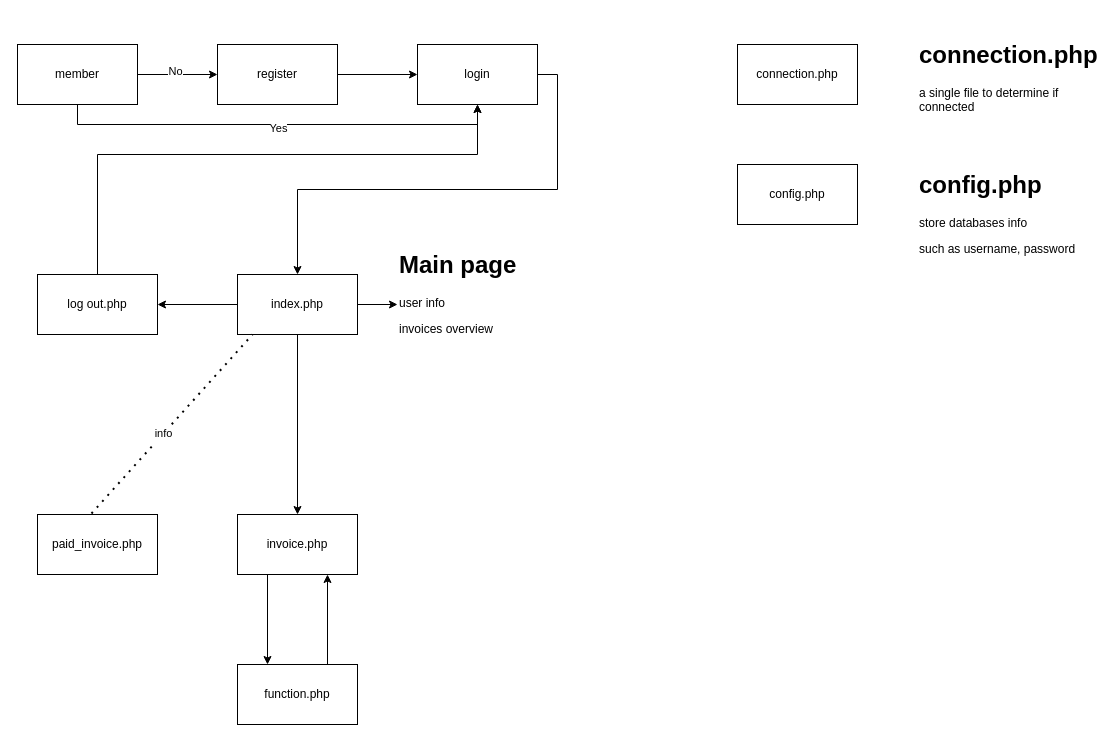
The draw.io diagram php.drawio in WilsonCruzz/system-design, before the edit. Source tidied: cells renumbered, new cells numbered last; positions are measured from the earlier drawing's top-left corner, leaving out a move shared by most shapes. Both pictures are drawn from the tidied source at 100%, with x=0, y=0 at pixel (17, 34).
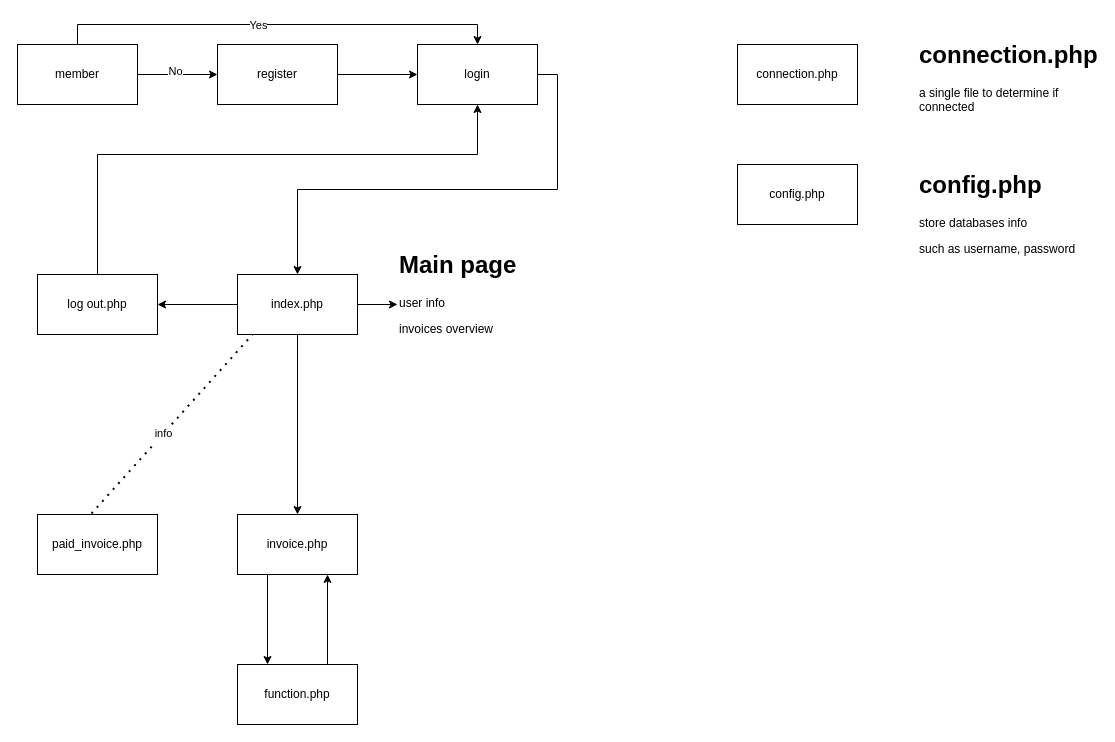
After the change.

The change refers to these unchanged cells:
```xml
<mxCell id="8" value="member" style="rounded=0;whiteSpace=wrap;html=1;" parent="1" vertex="1">
  <mxGeometry y="10" width="120" height="60" as="geometry" />
</mxCell>
<mxCell id="10" value="login" style="rounded=0;whiteSpace=wrap;html=1;" parent="1" vertex="1">
  <mxGeometry x="400" y="10" width="120" height="60" as="geometry" />
</mxCell>
```

The edit, as a diff of the source:
```diff
@@
-    <mxCell id="6" style="edgeStyle=orthogonalEdgeStyle;rounded=0;jettySize=auto;html=1;exitX=0.5;exitY=1;exitDx=0;exitDy=0;entryX=0.5;entryY=1;entryDx=0;entryDy=0;" parent="1" edge="1" source="8" target="10">
+    <mxCell id="6" style="edgeStyle=orthogonalEdgeStyle;rounded=0;jettySize=auto;html=1;exitX=0.5;exitY=0;exitDx=0;exitDy=0;entryX=0.5;entryY=0;entryDx=0;entryDy=0;" parent="1" edge="1" source="8" target="10">
       <mxGeometry relative="1" as="geometry" />
     </mxCell>
     <mxCell id="7" value="Yes" style="edgeLabel;html=1;align=center;verticalAlign=middle;" parent="6" vertex="1">
-      <mxGeometry y="-3" relative="1" as="geometry" />
+      <mxGeometry x="-0.11" y="-2" relative="1" as="geometry">
+        <mxPoint x="4" y="-2" as="offset" />
+      </mxGeometry>
     </mxCell>
```
